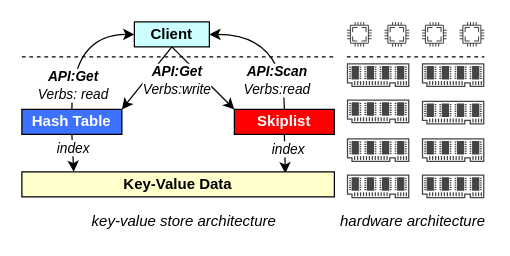
Above: naive_approach.drawio in KinderRiven/ClickHouse_draw (draw.io), before the change. Source tidied: cells renumbered, new cells numbered last; positions are measured from the earlier drawing's top-left corner, leaving out a move shared by most shapes. Both pictures are drawn from the tidied source at 125%, with x=0, y=0 at pixel (21, 21).
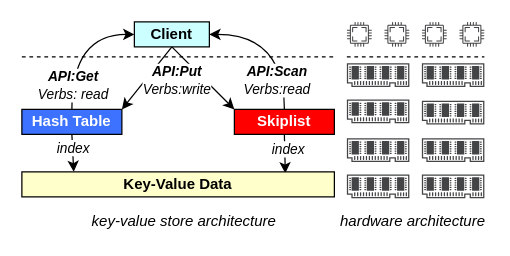
The same diagram, later.

Change to the diagram source:
```diff
@@
-    <mxCell id="15" value="&lt;b&gt;API:Get&lt;/b&gt;&lt;br /&gt;Verbs:write" style="edgeLabel;html=1;align=center;verticalAlign=middle;labelBackgroundColor=#ffffff;fontStyle=2;" parent="1" vertex="1">
+    <mxCell id="15" value="&lt;b&gt;API:Put&lt;/b&gt;&lt;br&gt;Verbs:write" style="edgeLabel;html=1;align=center;verticalAlign=middle;labelBackgroundColor=#ffffff;fontStyle=2;" parent="1" vertex="1">
       <mxGeometry x="120" y="60" as="geometry">
         <mxPoint x="3" y="-14" as="offset" />
       </mxGeometry>
     </mxCell>
```
